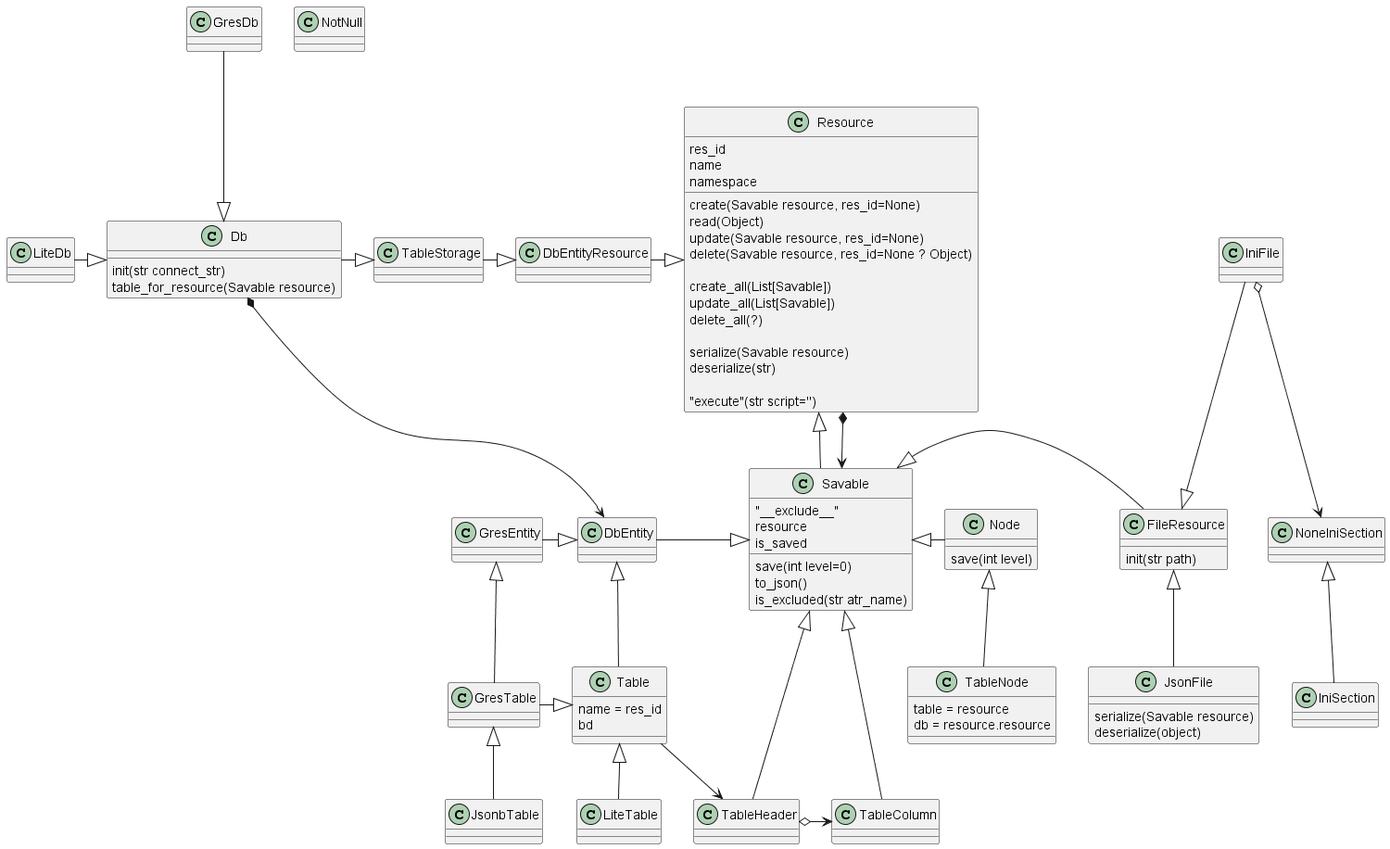
nagvalhm/epure keeps this PlantUML diagram as out/uml/resource/resource.png. Above is the earlier version.
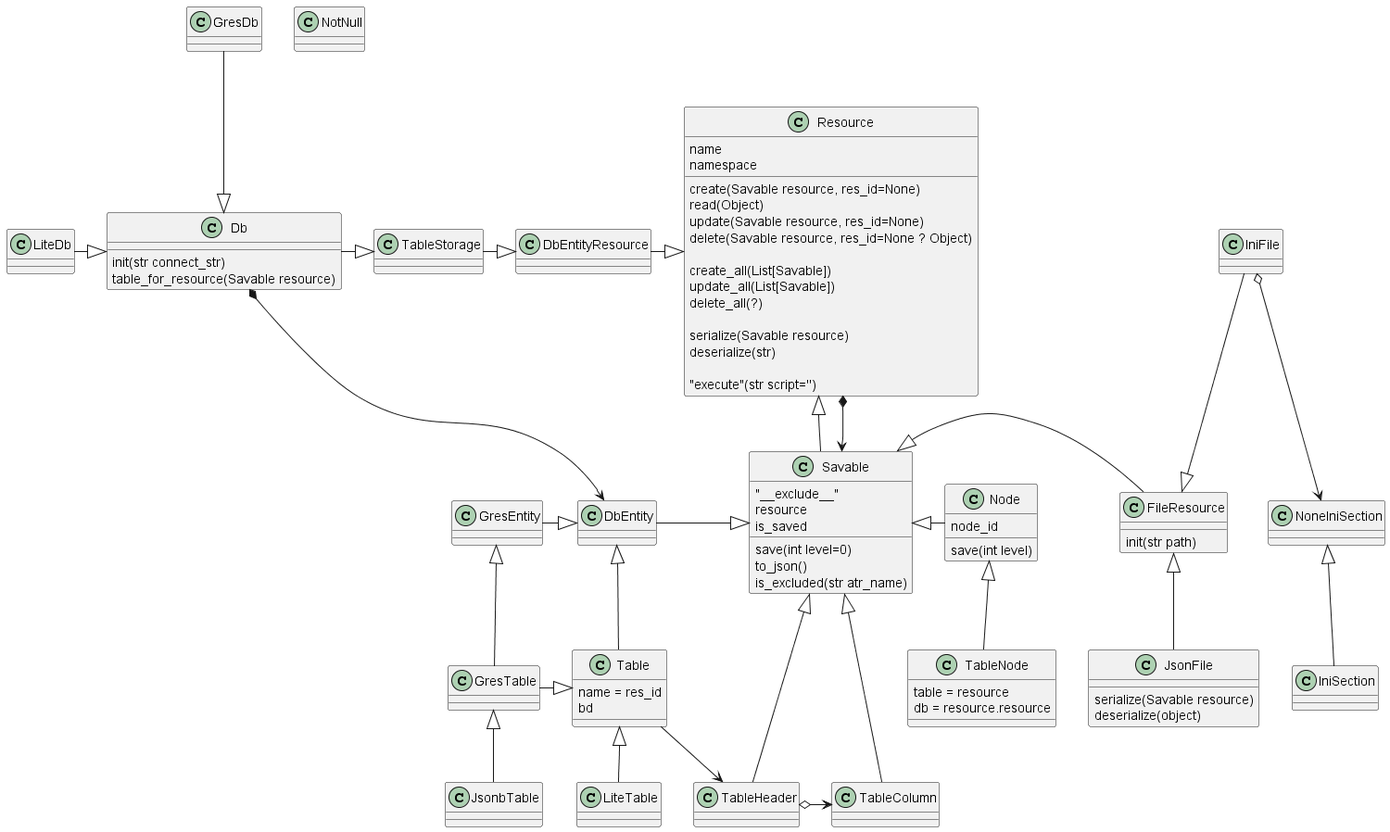
After the commit.

Diff of the diagram source:
```diff
@@ -13,7 +13,6 @@
     deserialize(str)
 
     "execute"(str script='')
-    res_id
     name
     namespace
 }
@@ -66,6 +65,7 @@
 
 class Node{
     save(int level)
+    node_id
 }
 
 class TableNode{
```
